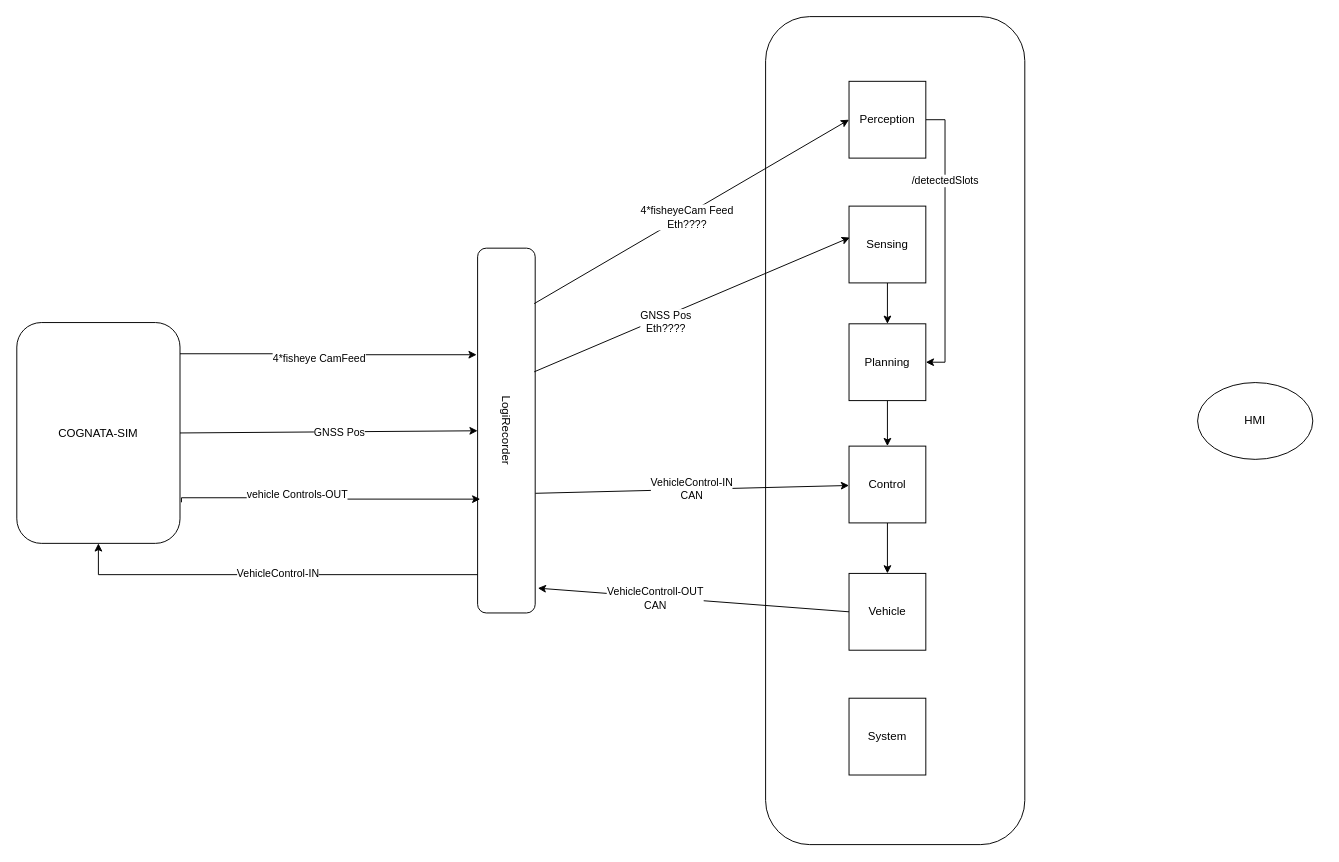
The draw.io diagram autoware-cognata.drawio in Narendarselva/autoware_docs, before the edit. Source tidied: cells renumbered, new cells numbered last; positions are measured from the earlier drawing's top-left corner, leaving out a move shared by most shapes. Both pictures are drawn from the tidied source at 96%, with x=0, y=0 at pixel (16, 16).
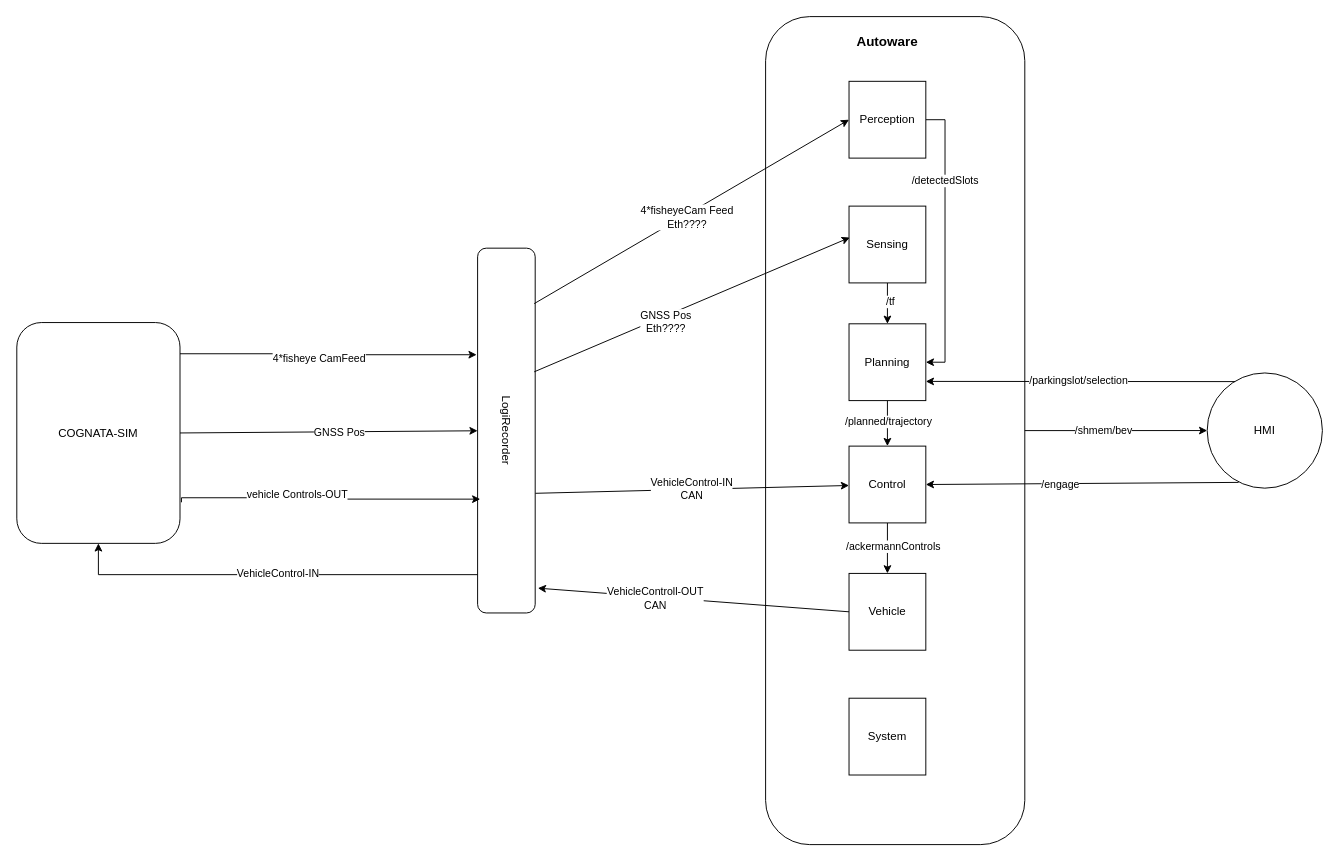
Above is the later version.

The change refers to these unchanged cells:
```xml
<mxCell id="6" style="rounded=1;whiteSpace=wrap;html=1;arcSize=17;" parent="1" vertex="1">
  <mxGeometry x="780" y="-0.2" width="270" height="862.5" as="geometry" />
</mxCell>
<mxCell id="14" style="edgeStyle=orthogonalEdgeStyle;rounded=0;jettySize=auto;html=1;exitX=0.5;exitY=1;exitDx=0;exitDy=0;" parent="1" edge="1" source="15" target="17">
  <mxGeometry relative="1" as="geometry" />
</mxCell>
<mxCell id="16" style="edgeStyle=orthogonalEdgeStyle;rounded=0;jettySize=auto;html=1;exitX=0.5;exitY=1;exitDx=0;exitDy=0;entryX=0.5;entryY=0;entryDx=0;entryDy=0;" parent="1" edge="1" source="17" target="19">
  <mxGeometry relative="1" as="geometry" />
</mxCell>
<mxCell id="17" value="Planning" style="whiteSpace=wrap;html=1;" parent="1" vertex="1">
  <mxGeometry x="866.9" y="319.8" width="80" height="80" as="geometry" />
</mxCell>
<mxCell id="18" style="edgeStyle=orthogonalEdgeStyle;rounded=0;jettySize=auto;html=1;exitX=0.5;exitY=1;exitDx=0;exitDy=0;" parent="1" edge="1" source="19" target="22">
  <mxGeometry relative="1" as="geometry" />
</mxCell>
<mxCell id="19" value="Control" style="whiteSpace=wrap;html=1;" parent="1" vertex="1">
  <mxGeometry x="866.9" y="447.2" width="80" height="80" as="geometry" />
</mxCell>
```

Change to the diagram source:
```diff
@@
+    <mxCell id="33" value="/tf" style="edgeLabel;html=1;align=center;verticalAlign=middle;" parent="14" vertex="1">
+      <mxGeometry x="-0.11" y="3" relative="1" as="geometry" />
+    </mxCell>
@@
+    <mxCell id="34" value="/planned/trajectory" style="edgeLabel;html=1;align=center;verticalAlign=middle;" parent="16" vertex="1">
+      <mxGeometry x="-0.09" y="1" relative="1" as="geometry" />
+    </mxCell>
@@
+    <mxCell id="35" value="/ackermannControls" style="edgeLabel;html=1;align=center;verticalAlign=middle;" parent="18" vertex="1">
+      <mxGeometry x="-0.09" y="6" relative="1" as="geometry" />
+    </mxCell>
@@
+    <mxCell id="36" style="endArrow=classic;html=1;rounded=0;exitX=1;exitY=0.5;exitDx=0;exitDy=0;entryX=0;entryY=0.5;entryDx=0;entryDy=0;" parent="1" edge="1" source="6" target="32">
+      <mxGeometry relative="1" as="geometry" />
+    </mxCell>
+    <mxCell id="37" value="/shmem/bev" style="edgeLabel;html=1;align=center;verticalAlign=middle;" parent="36" vertex="1">
+      <mxGeometry x="-0.14" y="1" relative="1" as="geometry" />
+    </mxCell>
     <mxCell id="32" value="HMI" style="ellipse;whiteSpace=wrap;html=1;" parent="1" vertex="1">
-      <mxGeometry x="1230" y="381" width="120" height="80" as="geometry" />
+      <mxGeometry x="1240" y="371" width="120" height="120" as="geometry" />
     </mxCell>
+    <mxCell id="38" style="endArrow=classic;html=1;rounded=0;entryX=1;entryY=0.5;entryDx=0;entryDy=0;exitX=0.273;exitY=0.95;exitDx=0;exitDy=0;exitPerimeter=0;" parent="1" edge="1" source="32" target="19">
+      <mxGeometry relative="1" as="geometry" />
+    </mxCell>
+    <mxCell id="39" value="/engage" style="edgeLabel;html=1;align=center;verticalAlign=middle;" parent="38" vertex="1">
+      <mxGeometry x="0.14" relative="1" as="geometry" />
+    </mxCell>
+    <mxCell id="40" style="endArrow=classic;html=1;rounded=0;entryX=1;entryY=0.75;entryDx=0;entryDy=0;exitX=0.242;exitY=0.075;exitDx=0;exitDy=0;exitPerimeter=0;" parent="1" edge="1" source="32" target="17">
+      <mxGeometry relative="1" as="geometry" />
+    </mxCell>
+    <mxCell id="41" value="/parkingslot/selection" style="edgeLabel;html=1;align=center;verticalAlign=middle;" parent="40" vertex="1">
+      <mxGeometry x="0.02" y="-1" relative="1" as="geometry" />
+    </mxCell>
+    <mxCell id="42" value="&lt;font style=&quot;font-size: 14px;&quot;&gt;&lt;b&gt;Autoware&lt;/b&gt;&lt;/font&gt;" style="text;html=1;strokeColor=none;fillColor=none;align=center;verticalAlign=middle;whiteSpace=wrap;rounded=0;" parent="1" vertex="1">
+      <mxGeometry x="876.9" y="11" width="60" height="30" as="geometry" />
+    </mxCell>
```
